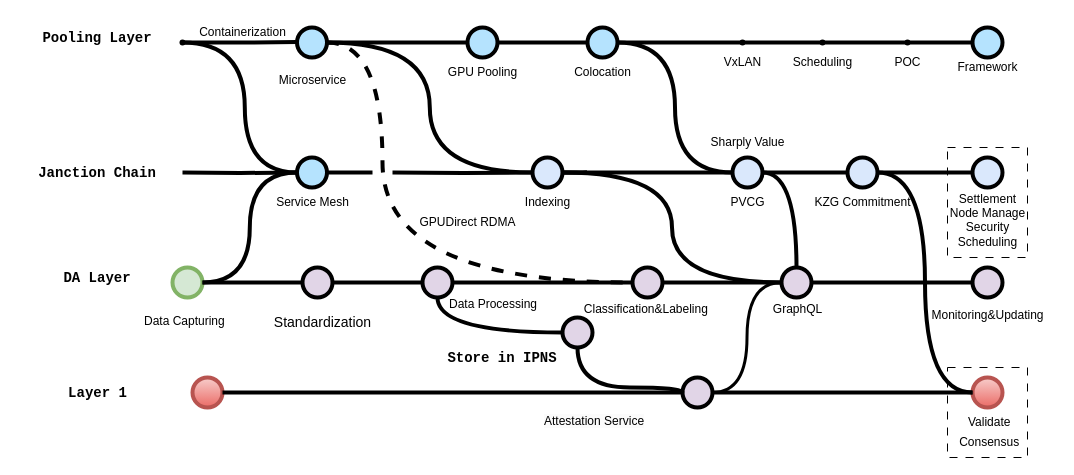
Above: l2-arch.drawio in Janction-R-D/janction-docs (draw.io), before the change. Source tidied: cells renumbered, new cells numbered last; positions are measured from the earlier drawing's top-left corner, leaving out a move shared by most shapes. Both pictures are drawn from the tidied source at 100%, with x=0, y=0 at pixel (17, 17).
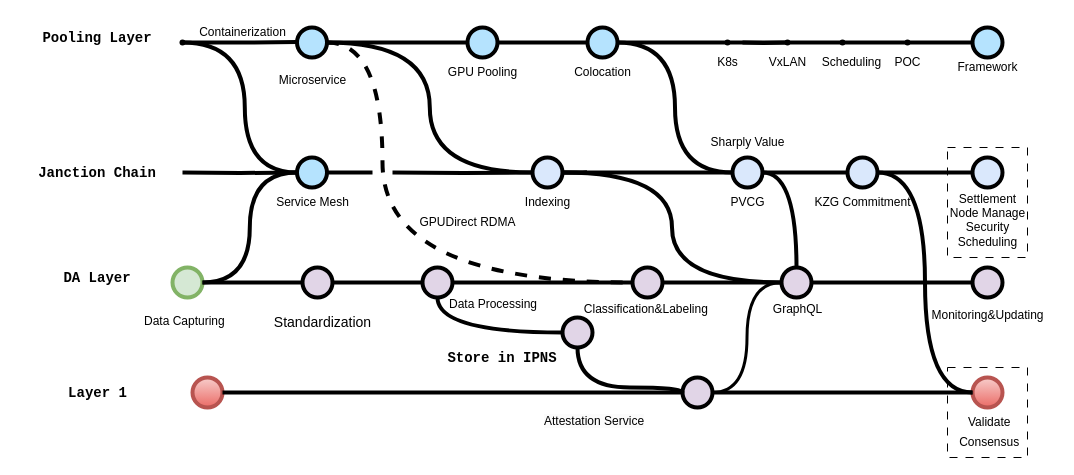
The same diagram, later.

Unchanged cells that the change refers to:
```xml
<mxCell id="43" style="verticalLabelPosition=bottom;verticalAlign=top;html=1;strokeWidth=4;shape=mxgraph.flowchart.on-page_reference;plain-blue;gradientColor=none;fillColor=#B5E3Fe;strokeColor=#000000;" parent="1" vertex="1">
  <mxGeometry x="570" y="10" width="30" height="30" as="geometry" />
</mxCell>
```

Diff of the diagram source:
```diff
@@
     <mxCell id="75" value="VxLAN" style="text;html=1;align=center;verticalAlign=middle;strokeColor=none;fillColor=none;" parent="1" vertex="1">
-      <mxGeometry x="695" y="30" width="60" height="30" as="geometry" />
+      <mxGeometry x="740" y="30" width="60" height="30" as="geometry" />
     </mxCell>
@@
     <mxCell id="77" value="Scheduling" style="text;html=1;align=center;verticalAlign=middle;strokeColor=none;fillColor=none;" parent="1" vertex="1">
-      <mxGeometry x="765" y="30" width="80" height="30" as="geometry" />
+      <mxGeometry x="794" y="30" width="80" height="30" as="geometry" />
     </mxCell>
-    <mxCell id="78" style="edgeStyle=orthogonalEdgeStyle;rounded=0;jettySize=auto;html=1;entryDx=0;entryDy=0;entryPerimeter=0;strokeWidth=4;endArrow=none;endFill=0;" parent="1" edge="1" source="43" target="79">
+    <mxCell id="78" style="edgeStyle=orthogonalEdgeStyle;rounded=0;jettySize=auto;html=1;entryDx=0;entryDy=0;entryPerimeter=0;strokeWidth=4;endArrow=none;endFill=0;" parent="1" edge="1" source="91" target="79">
       <mxGeometry relative="1" as="geometry" />
     </mxCell>
-    <mxCell id="79" style="shape=waypoint;sketch=0;size=6;points=[];fillColor=none;perimeter=centerPerimeter;snapToPoint=1;" parent="1" vertex="1">
-      <mxGeometry x="715" y="15" width="20" height="20" as="geometry" />
-    </mxCell>
@@
     <mxCell id="81" style="shape=waypoint;sketch=0;size=6;points=[];fillColor=none;perimeter=centerPerimeter;snapToPoint=1;" parent="1" vertex="1">
-      <mxGeometry x="795" y="15" width="20" height="20" as="geometry" />
+      <mxGeometry x="815" y="15" width="20" height="20" as="geometry" />
     </mxCell>
@@
+    <mxCell id="89" style="edgeStyle=orthogonalEdgeStyle;rounded=0;jettySize=auto;html=1;entryDx=0;entryDy=0;entryPerimeter=0;strokeWidth=4;endArrow=none;endFill=0;" parent="1" edge="1" target="79">
+      <mxGeometry relative="1" as="geometry">
+        <mxPoint x="725" y="25" as="sourcePoint" />
+      </mxGeometry>
+    </mxCell>
+    <mxCell id="79" style="shape=waypoint;sketch=0;size=6;points=[];fillColor=none;perimeter=centerPerimeter;snapToPoint=1;" parent="1" vertex="1">
+      <mxGeometry x="760" y="15" width="20" height="20" as="geometry" />
+    </mxCell>
+    <mxCell id="90" style="edgeStyle=orthogonalEdgeStyle;rounded=0;jettySize=auto;html=1;entryDx=0;entryDy=0;entryPerimeter=0;strokeWidth=4;endArrow=none;endFill=0;" parent="1" edge="1" source="43" target="91">
+      <mxGeometry relative="1" as="geometry" />
+    </mxCell>
+    <mxCell id="91" style="shape=waypoint;sketch=0;size=6;points=[];fillColor=none;perimeter=centerPerimeter;snapToPoint=1;" parent="1" vertex="1">
+      <mxGeometry x="700" y="15" width="20" height="20" as="geometry" />
+    </mxCell>
+    <mxCell id="92" value="K8s" style="text;html=1;align=center;verticalAlign=middle;strokeColor=none;fillColor=none;" parent="1" vertex="1">
+      <mxGeometry x="690" y="30" width="40" height="30" as="geometry" />
+    </mxCell>
```
